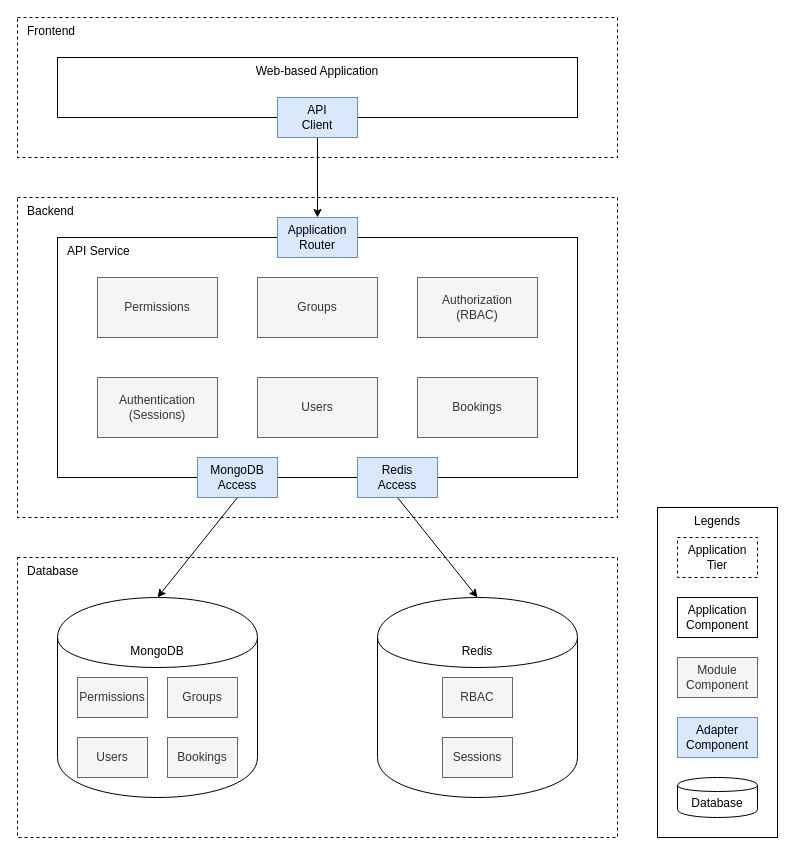
Earlier version of the draw.io diagram page "Level 2" (2 of 2) of docs/architectural-design.drawio (fhg-test/fhg-test). Source tidied: cells renumbered, new cells numbered last; positions are measured from the earlier drawing's top-left corner, leaving out a move shared by most shapes. Both pictures are drawn from the tidied source at 100%, with x=0, y=0 at pixel (17, 17).
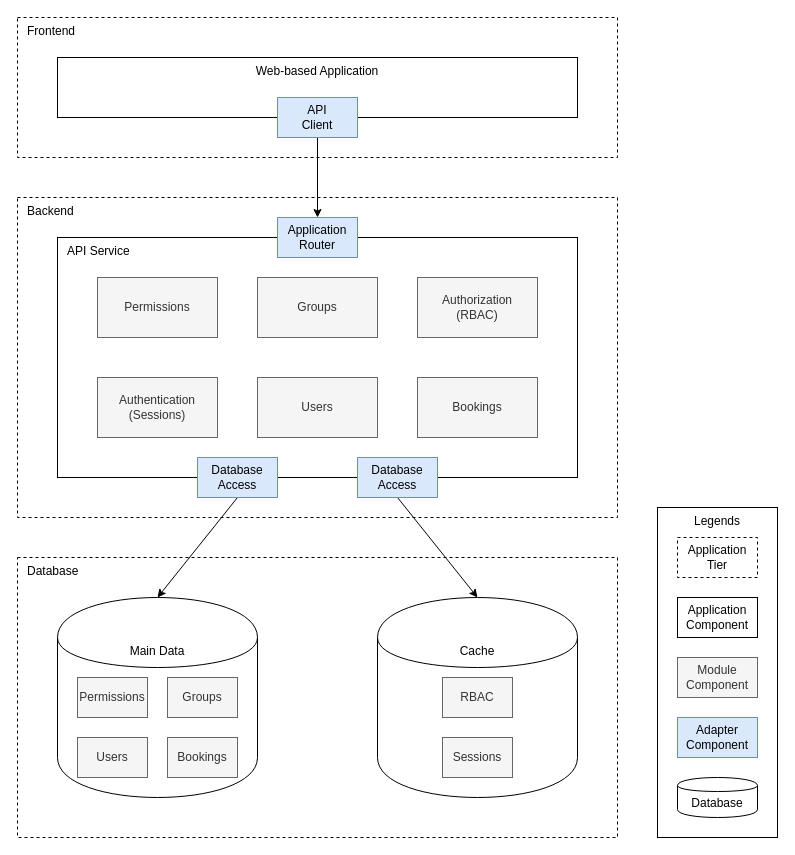
The same diagram, later.

The edit, as a diff of the source:
```diff
@@
-    <mxCell id="7" value="MongoDB" style="shape=cylinder;whiteSpace=wrap;html=1;boundedLbl=1;backgroundOutline=1;align=center;verticalAlign=top;" parent="1" vertex="1">
+    <mxCell id="7" value="Main Data" style="shape=cylinder;whiteSpace=wrap;html=1;boundedLbl=1;backgroundOutline=1;align=center;verticalAlign=top;" parent="1" vertex="1">
       <mxGeometry x="40" y="580" width="200" height="200" as="geometry" />
     </mxCell>
@@
-    <mxCell id="17" value="MongoDB&lt;br&gt;Access" style="rounded=0;whiteSpace=wrap;html=1;fillColor=#dae8fc;strokeColor=#6c8ebf;" parent="1" vertex="1">
+    <mxCell id="17" value="Database&lt;br&gt;Access" style="rounded=0;whiteSpace=wrap;html=1;fillColor=#dae8fc;strokeColor=#6c8ebf;" parent="1" vertex="1">
       <mxGeometry x="180" y="440" width="80" height="40" as="geometry" />
     </mxCell>
@@
-    <mxCell id="22" value="Redis" style="shape=cylinder;whiteSpace=wrap;html=1;boundedLbl=1;backgroundOutline=1;align=center;verticalAlign=top;" parent="1" vertex="1">
+    <mxCell id="22" value="Cache" style="shape=cylinder;whiteSpace=wrap;html=1;boundedLbl=1;backgroundOutline=1;align=center;verticalAlign=top;" parent="1" vertex="1">
       <mxGeometry x="360" y="580" width="200" height="200" as="geometry" />
     </mxCell>
@@
-    <mxCell id="33" value="Redis&lt;br&gt;Access" style="rounded=0;whiteSpace=wrap;html=1;fillColor=#dae8fc;strokeColor=#6c8ebf;" parent="1" vertex="1">
+    <mxCell id="33" value="Database&lt;br&gt;Access" style="rounded=0;whiteSpace=wrap;html=1;fillColor=#dae8fc;strokeColor=#6c8ebf;" parent="1" vertex="1">
       <mxGeometry x="340" y="440" width="80" height="40" as="geometry" />
     </mxCell>
```
